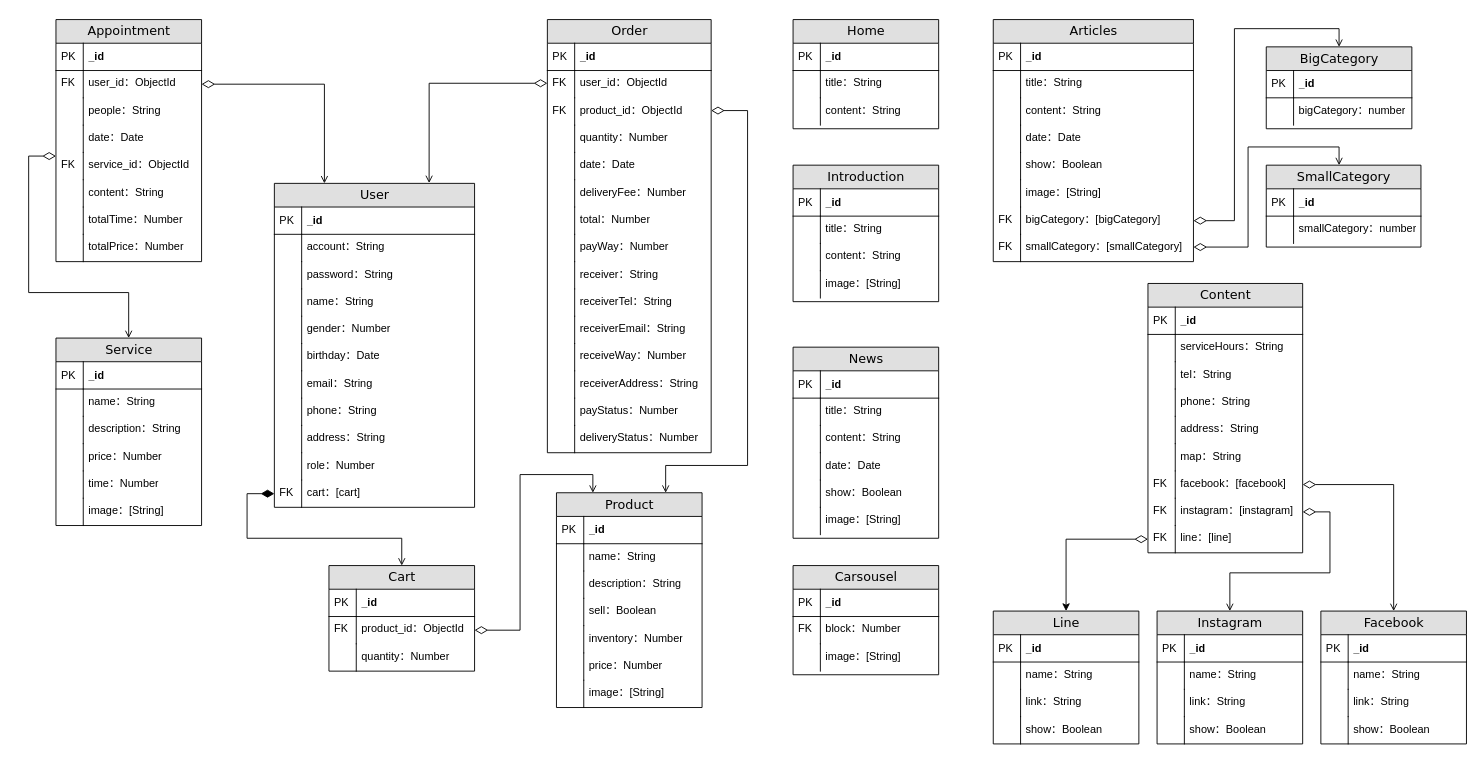
This is 法師事務所資料結構圖.drawio from Mudi0710/MasterFirm-back, a draw.io file, before an edit. Source tidied: cells renumbered, new cells numbered last; positions are measured from the earlier drawing's top-left corner, leaving out a move shared by most shapes. Both pictures are drawn from the tidied source at 91%, with x=0, y=0 at pixel (28, 19).
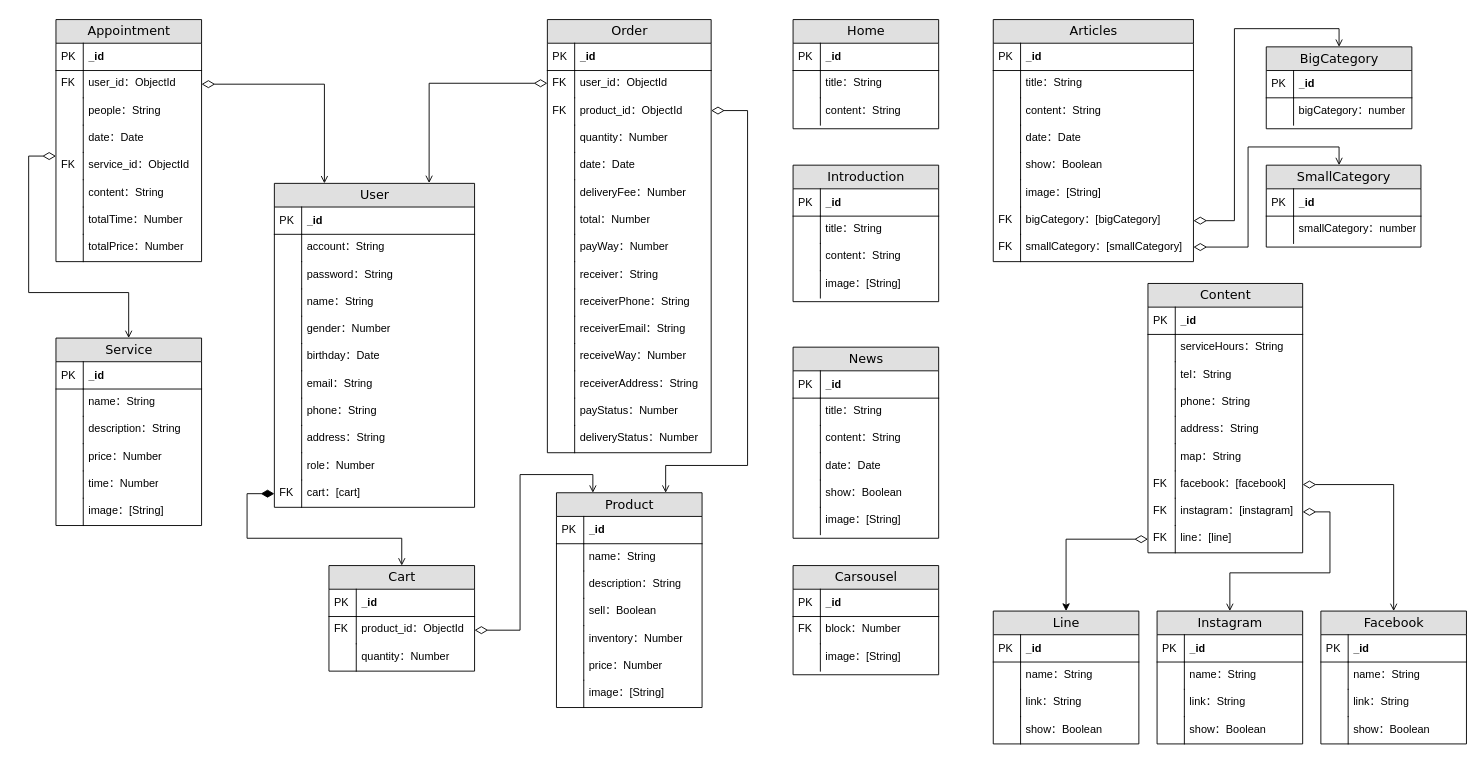
The same page after the edit.

Commit message:
更新-法師事務所資料結構圖.drawio

The change refers to these unchanged cells:
```xml
<mxCell id="60" value="Order" style="swimlane;html=1;fontStyle=0;horizontal=1;startSize=26;fillColor=#e0e0e0;swimlaneFillColor=#ffffff;align=center;rounded=0;shadow=0;comic=0;labelBackgroundColor=none;strokeWidth=1;fontFamily=Verdana;fontSize=14;" parent="1" vertex="1">
  <mxGeometry x="570" width="180" height="476" as="geometry" />
</mxCell>
```

The edit, as a diff of the source:
```diff
@@
-    <mxCell id="79" value="&lt;h2 style=&quot;box-sizing: border-box; font-size: 1rem; line-height: 1.5; margin: 0px; padding: 0px; color: rgb(44, 45, 48); font-family: &amp;quot;Helvetica Neue&amp;quot;, Helvetica, Arial, Meiryo, &amp;quot;Yu Gothic Medium&amp;quot;, sans-serif; background-color: rgb(255, 255, 255); font-weight: normal;&quot; id=&quot;hide-editing-16966804&quot;&gt;&lt;/h2&gt;receiverTel：String" style="shape=partialRectangle;top=0;left=0;right=0;bottom=0;html=1;align=left;verticalAlign=top;fillColor=none;spacingLeft=34;spacingRight=4;whiteSpace=wrap;overflow=hidden;" parent="60" vertex="1">
+    <mxCell id="79" value="&lt;h2 style=&quot;box-sizing: border-box; font-size: 1rem; line-height: 1.5; margin: 0px; padding: 0px; color: rgb(44, 45, 48); font-family: &amp;quot;Helvetica Neue&amp;quot;, Helvetica, Arial, Meiryo, &amp;quot;Yu Gothic Medium&amp;quot;, sans-serif; background-color: rgb(255, 255, 255); font-weight: normal;&quot; id=&quot;hide-editing-16966804&quot;&gt;&lt;/h2&gt;receiverPhone：String" style="shape=partialRectangle;top=0;left=0;right=0;bottom=0;html=1;align=left;verticalAlign=top;fillColor=none;spacingLeft=34;spacingRight=4;whiteSpace=wrap;overflow=hidden;" parent="60" vertex="1">
       <mxGeometry y="296" width="180" height="30" as="geometry" />
     </mxCell>
```
